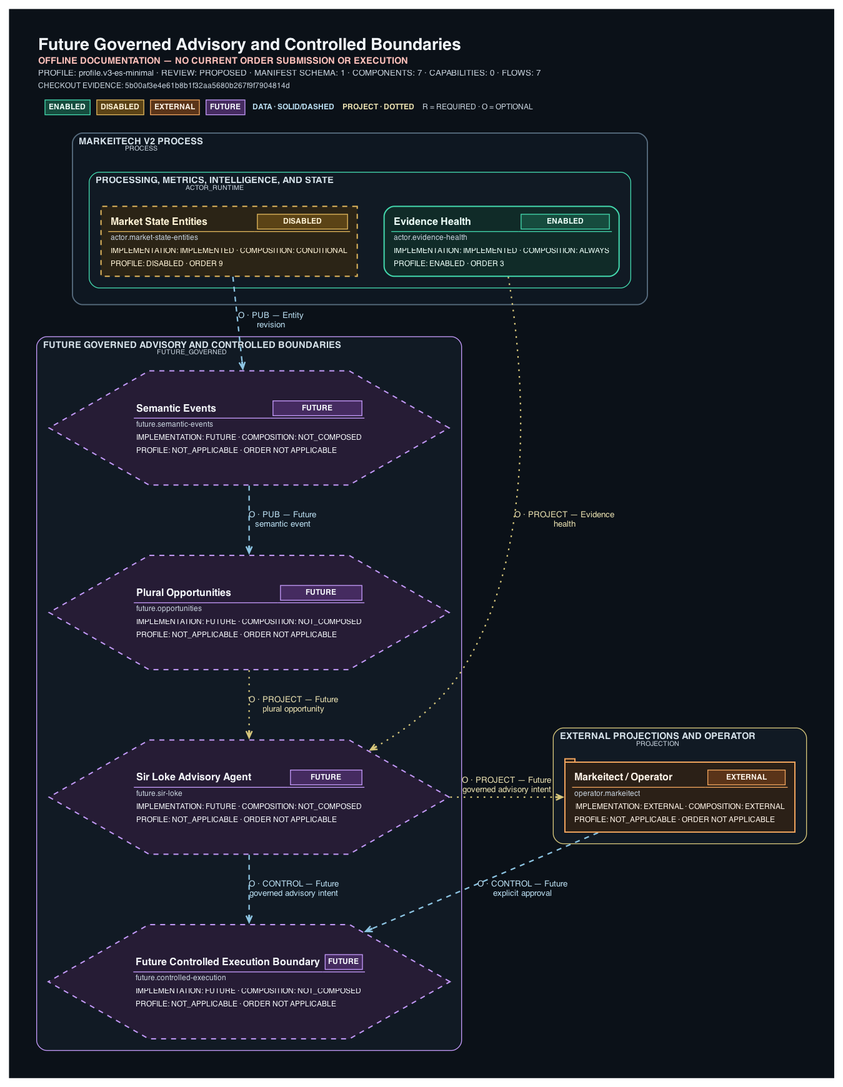
Before: docs/architecture/generated/system-dataflow/future-governed-boundaries.png, a diagram exported from Graphviz (ShriekinNinja/Markeitech_V2). Its source is kept beside it as docs/architecture/generated/system-dataflow/future-governed-boundaries.dot.
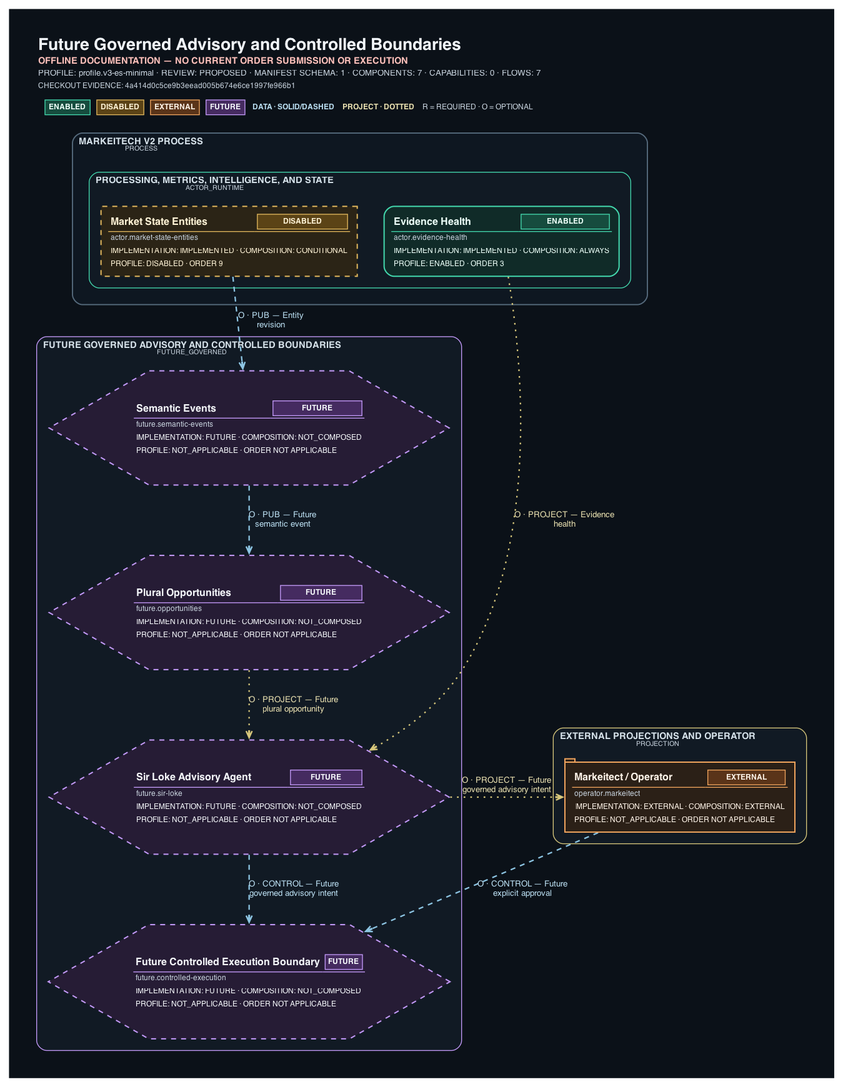
Later version of the same file.

The edit, as a diff of the source:
```diff
@@ -1,5 +1,5 @@
 digraph "Future Governed Advisory and Controlled Boundaries" {
-	graph [bgcolor="#0B1118" fontcolor="#F2F6FA" fontname=Helvetica fontsize=18 forcelabels=true label=<<TABLE BORDER="0" CELLBORDER="0" CELLSPACING="0" CELLPADDING="2"><TR><TD ALIGN="LEFT"><FONT COLOR="#F2F6FA" POINT-SIZE="20"><B>Future Governed Advisory and Controlled Boundaries</B></FONT></TD></TR><TR><TD ALIGN="LEFT"><FONT COLOR="#FFC1BB" POINT-SIZE="11"><B>OFFLINE DOCUMENTATION &#8212; NO CURRENT ORDER SUBMISSION OR EXECUTION</B></FONT></TD></TR><TR><TD ALIGN="LEFT"><FONT COLOR="#C7D2DD" POINT-SIZE="10">PROFILE: profile.v3-es-minimal &#183; REVIEW: PROPOSED &#183; MANIFEST SCHEMA: 1 &#183; COMPONENTS: 7 &#183; CAPABILITIES: 0 &#183; FLOWS: 7</FONT></TD></TR><TR><TD ALIGN="LEFT"><FONT COLOR="#C7D2DD" POINT-SIZE="9">CHECKOUT EVIDENCE: 5b00af3e4e61b8b1f32aa5680b267f9f7904814d</FONT></TD></TR><TR><TD ALIGN="LEFT"><TABLE BORDER="0" CELLBORDER="0" CELLSPACING="8" CELLPADDING="0"><TR><TD><TABLE BORDER="1" CELLBORDER="0" CELLSPACING="0" CELLPADDING="3" COLOR="#43D9AE" BGCOLOR="#164C3E"><TR><TD><FONT COLOR="#ECFFF8" POINT-SIZE="9"><B>ENABLED</B></FONT></TD></TR></TABLE></TD><TD><TABLE BORDER="1" CELLBORDER="0" CELLSPACING="0" CELLPADDING="3" COLOR="#E2B75C" BGCOLOR="#5B4316"><TR><TD><FONT COLOR="#FFF3D6" POINT-SIZE="9"><B>DISABLED</B></FONT></TD></TR></TABLE></TD><TD><TABLE BORDER="1" CELLBORDER="0" CELLSPACING="0" CELLPADDING="3" COLOR="#F0A45D" BGCOLOR="#5A3419"><TR><TD><FONT COLOR="#FFF4E8" POINT-SIZE="9"><B>EXTERNAL</B></FONT></TD></TR></TABLE></TD><TD><TABLE BORDER="1" CELLBORDER="0" CELLSPACING="0" CELLPADDING="3" COLOR="#C49AFA" BGCOLOR="#452B60"><TR><TD><FONT COLOR="#F4F7FA" POINT-SIZE="9"><B>FUTURE</B></FONT></TD></TR></TABLE></TD><TD><FONT COLOR="#B9DDF0" POINT-SIZE="9"><B>DATA · SOLID/DASHED</B></FONT></TD><TD><FONT COLOR="#E8DFAF" POINT-SIZE="9"><B>PROJECT · DOTTED</B></FONT></TD><TD><FONT COLOR="#C7D2DD" POINT-SIZE="9">R = REQUIRED &#183; O = OPTIONAL</FONT></TD></TR></TABLE></TD></TR></TABLE>> labeljust=l labelloc=t margin=0.15 nodesep=0.45 outputorder=edgesfirst overlap=false pack=true packmode="graph" pad=0.35 rankdir=TB ranksep=0.85 splines=spline]
+	graph [bgcolor="#0B1118" fontcolor="#F2F6FA" fontname=Helvetica fontsize=18 forcelabels=true label=<<TABLE BORDER="0" CELLBORDER="0" CELLSPACING="0" CELLPADDING="2"><TR><TD ALIGN="LEFT"><FONT COLOR="#F2F6FA" POINT-SIZE="20"><B>Future Governed Advisory and Controlled Boundaries</B></FONT></TD></TR><TR><TD ALIGN="LEFT"><FONT COLOR="#FFC1BB" POINT-SIZE="11"><B>OFFLINE DOCUMENTATION &#8212; NO CURRENT ORDER SUBMISSION OR EXECUTION</B></FONT></TD></TR><TR><TD ALIGN="LEFT"><FONT COLOR="#C7D2DD" POINT-SIZE="10">PROFILE: profile.v3-es-minimal &#183; REVIEW: PROPOSED &#183; MANIFEST SCHEMA: 1 &#183; COMPONENTS: 7 &#183; CAPABILITIES: 0 &#183; FLOWS: 7</FONT></TD></TR><TR><TD ALIGN="LEFT"><FONT COLOR="#C7D2DD" POINT-SIZE="9">CHECKOUT EVIDENCE: 4a414d0c5ce9b3eead005b674e6ce1997fe966b1</FONT></TD></TR><TR><TD ALIGN="LEFT"><TABLE BORDER="0" CELLBORDER="0" CELLSPACING="8" CELLPADDING="0"><TR><TD><TABLE BORDER="1" CELLBORDER="0" CELLSPACING="0" CELLPADDING="3" COLOR="#43D9AE" BGCOLOR="#164C3E"><TR><TD><FONT COLOR="#ECFFF8" POINT-SIZE="9"><B>ENABLED</B></FONT></TD></TR></TABLE></TD><TD><TABLE BORDER="1" CELLBORDER="0" CELLSPACING="0" CELLPADDING="3" COLOR="#E2B75C" BGCOLOR="#5B4316"><TR><TD><FONT COLOR="#FFF3D6" POINT-SIZE="9"><B>DISABLED</B></FONT></TD></TR></TABLE></TD><TD><TABLE BORDER="1" CELLBORDER="0" CELLSPACING="0" CELLPADDING="3" COLOR="#F0A45D" BGCOLOR="#5A3419"><TR><TD><FONT COLOR="#FFF4E8" POINT-SIZE="9"><B>EXTERNAL</B></FONT></TD></TR></TABLE></TD><TD><TABLE BORDER="1" CELLBORDER="0" CELLSPACING="0" CELLPADDING="3" COLOR="#C49AFA" BGCOLOR="#452B60"><TR><TD><FONT COLOR="#F4F7FA" POINT-SIZE="9"><B>FUTURE</B></FONT></TD></TR></TABLE></TD><TD><FONT COLOR="#B9DDF0" POINT-SIZE="9"><B>DATA · SOLID/DASHED</B></FONT></TD><TD><FONT COLOR="#E8DFAF" POINT-SIZE="9"><B>PROJECT · DOTTED</B></FONT></TD><TD><FONT COLOR="#C7D2DD" POINT-SIZE="9">R = REQUIRED &#183; O = OPTIONAL</FONT></TD></TR></TABLE></TD></TR></TABLE>> labeljust=l labelloc=t margin=0.15 nodesep=0.45 outputorder=edgesfirst overlap=false pack=true packmode="graph" pad=0.35 rankdir=TB ranksep=0.85 splines=spline]
 	node [fixedsize=false fontcolor="#F4F7FA" fontname=Helvetica fontsize=10 height=0.9 imagescale=true labelloc=b margin="0.12,0.08" shape=box style=rounded width=2.2]
 	edge [arrowsize=0.8 color="#8DC5E3" fontcolor="#B9DDF0" fontname=Helvetica fontsize=9]
 	subgraph "cluster_Future governed advisory and controlled boundaries" {
```
